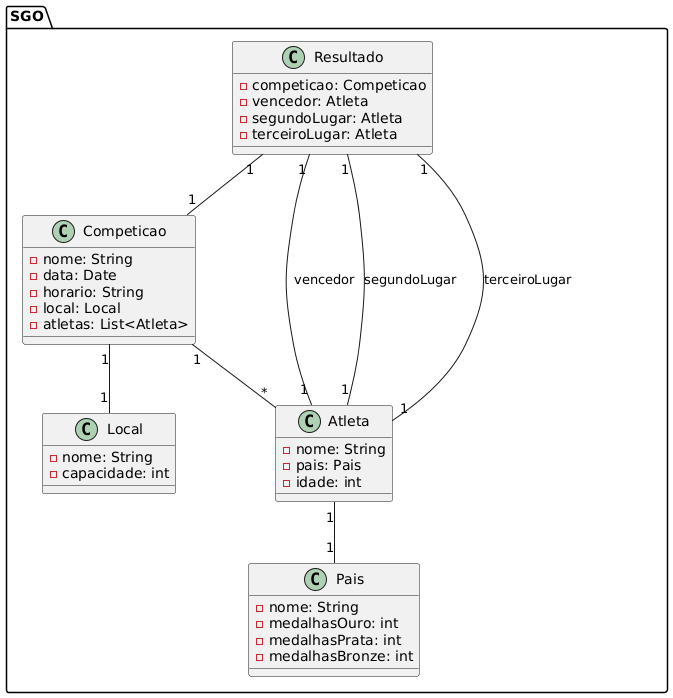
Above: Imagens/Diagrama-de-Classes.png in MoraisGordo/Sistama-Gestao-Olimpiadas---Projetos-4 (PlantUML), before the change. Its diagram source:
```plantuml
@startuml
package "SGO" {
    class Competicao {
        - nome: String
        - data: Date
        - horario: String
        - local: Local
        - atletas: List<Atleta>
    }

    class Atleta {
        - nome: String
        - pais: Pais
        - idade: int
    }

    class Local {
        - nome: String
        - capacidade: int
    }

    class Resultado {
        - competicao: Competicao
        - vencedor: Atleta
        - segundoLugar: Atleta
        - terceiroLugar: Atleta
    }

    class Pais {
        - nome: String
        - medalhasOuro: int
        - medalhasPrata: int
        - medalhasBronze: int
    }

    Competicao "1" -- "*" Atleta
    Competicao "1" -- "1" Local
    Resultado "1" -- "1" Competicao
    Resultado "1" -- "1" Atleta : vencedor
    Resultado "1" -- "1" Atleta : segundoLugar
    Resultado "1" -- "1" Atleta : terceiroLugar
    Atleta "1" -- "1" Pais
}
@enduml
```
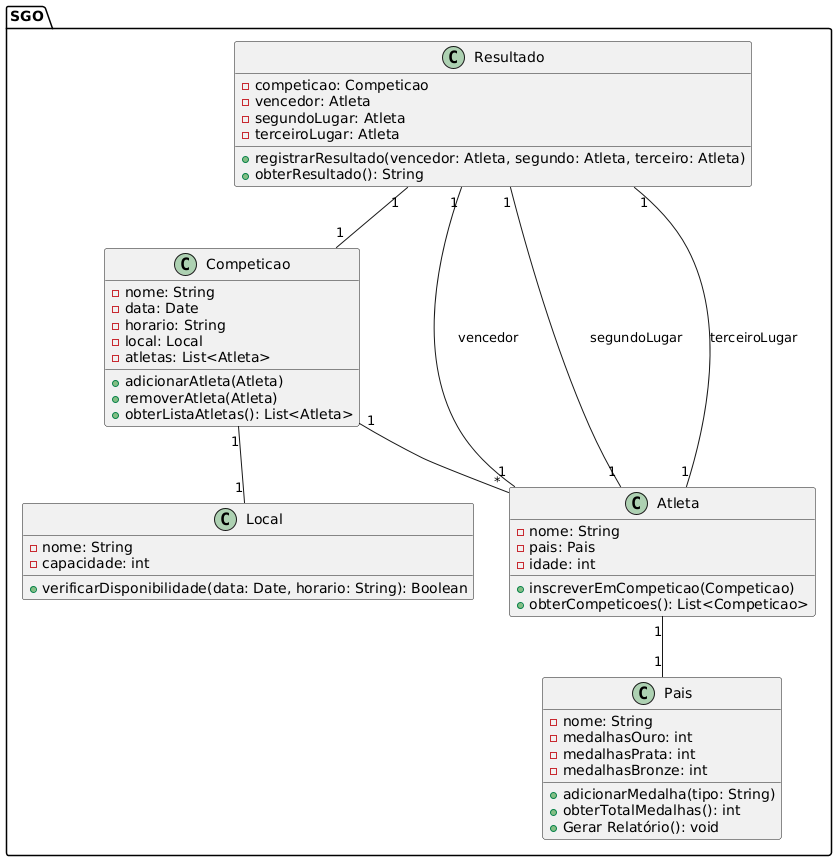
After the commit.

The edit, as a diff of the source:
```diff
@@ -6,17 +6,23 @@
         - horario: String
         - local: Local
         - atletas: List<Atleta>
+        + adicionarAtleta(Atleta)
+        + removerAtleta(Atleta)
+        + obterListaAtletas(): List<Atleta>
     }
 
     class Atleta {
         - nome: String
         - pais: Pais
         - idade: int
+        + inscreverEmCompeticao(Competicao)
+        + obterCompeticoes(): List<Competicao>
     }
 
     class Local {
         - nome: String
         - capacidade: int
+        + verificarDisponibilidade(data: Date, horario: String): Boolean
     }
 
     class Resultado {
@@ -24,6 +30,8 @@
         - vencedor: Atleta
         - segundoLugar: Atleta
         - terceiroLugar: Atleta
+        + registrarResultado(vencedor: Atleta, segundo: Atleta, terceiro: Atleta)
+        + obterResultado(): String
     }
 
     class Pais {
@@ -31,6 +39,9 @@
         - medalhasOuro: int
         - medalhasPrata: int
         - medalhasBronze: int
+        + adicionarMedalha(tipo: String)
+        + obterTotalMedalhas(): int
+        + Gerar Relatório(): void
     }
 
     Competicao "1" -- "*" Atleta
```
